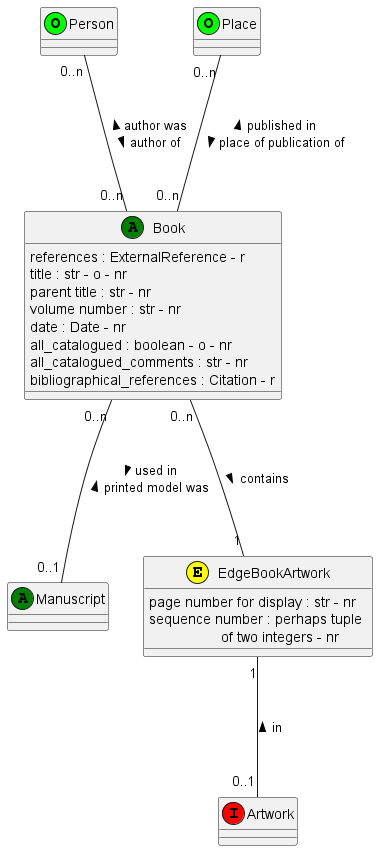
Above: documentation/class_diagrams/Book.png in tmasch/bpf_be (PlantUML), before the change.
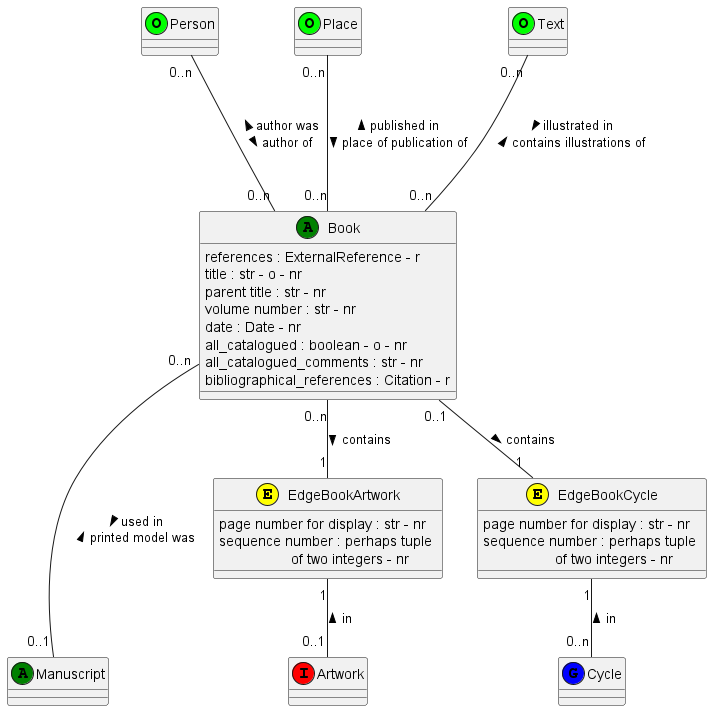
Above is the later version.

What changed in the source:
```diff
@@ -13,13 +13,22 @@
 
 class Place <<(O,Lime)>>
 
+class Text <<(O,Lime)>>
+
 class Manuscript <<(A,Green)>>
 
 class EdgeBookArtwork <<(E,Yellow)>>
 EdgeBookArtwork : page number for display : str - nr
 EdgeBookArtwork : sequence number : perhaps tuple \n                  of two integers - nr
 
+class EdgeBookCycle  <<(E,yellow)>>
+EdgeBookCycle : page number for display : str - nr
+EdgeBookCycle : sequence number : perhaps tuple \n                  of two integers - nr
+
+
 class Artwork <<(I,Red)>>
+
+class Cycle <<(G,blue)>>
 
 Place "0..n" --- "0..n" Book : < published in  \n place of publication of >
 
@@ -27,7 +36,12 @@
 
 Book "0..n" --- "0..1" Manuscript : > used in  \n printed model was <
 
-Book "0..n" --- "1" EdgeBookArtwork : contains >
-EdgeBookArtwork "1" --- "0..1" Artwork : in <
+Book "0..n" -- "1" EdgeBookArtwork : contains >
+EdgeBookArtwork "1" -- "0..1" Artwork : in <
+
+Book "0..1" -- "1" EdgeBookCycle : contains >
+EdgeBookCycle "1" -- "0..n" Cycle : in <
+
+Text "0..n" --- "0..n" Book: > illustrated in \n contains illustrations of <
 
 @enduml
```
